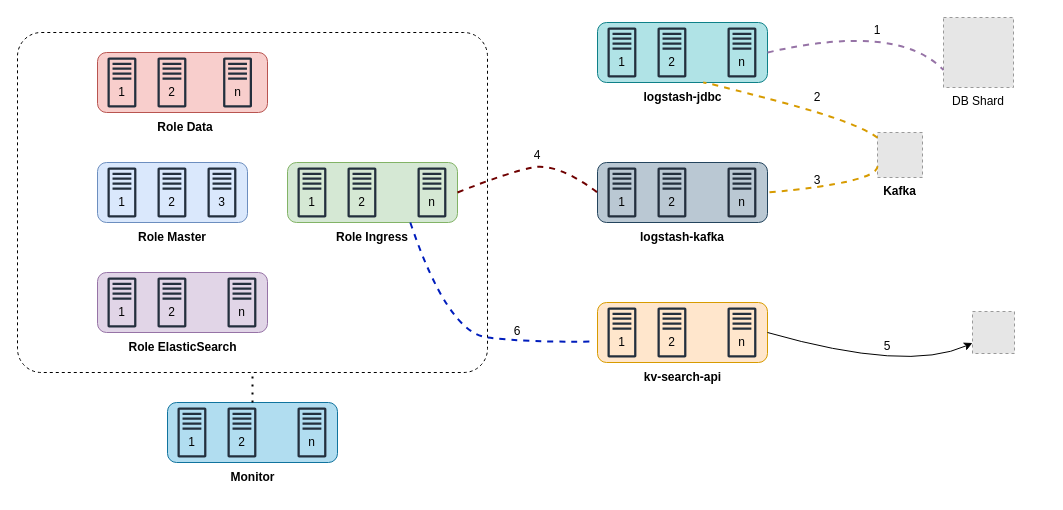
Above: page "Infrastructure" (1 of 2) of KiotViet-Search.drawio in khinhvuphiduong/diagrams.net (draw.io), before the change. Source tidied: cells renumbered, new cells numbered last; positions are measured from the earlier drawing's top-left corner, leaving out a move shared by most shapes. Both pictures are drawn from the tidied source at 100%, with x=0, y=0 at pixel (17, 17). Pictures stored in the file or linked from it are replaced by grey dashed boxes.
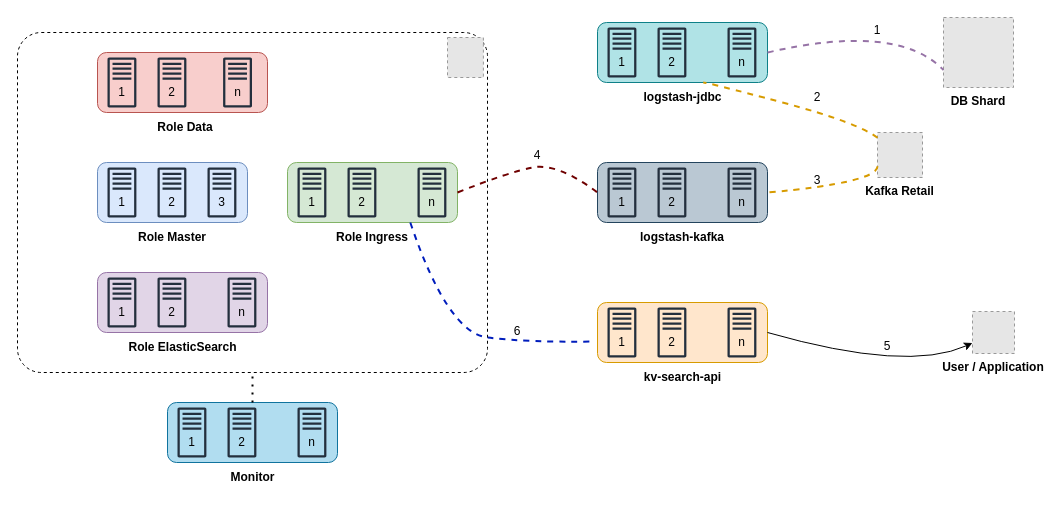
After the change.

Diff of the diagram source:
```diff
@@
-    <mxCell id="75" value="Kafka" style="fillColor=#E6E6E6;strokeColor=#999999;dashed=1;verticalLabelPosition=bottom;labelBackgroundColor=default;verticalAlign=top;fontStyle=1;" parent="1" vertex="1">
+    <mxCell id="75" value="Kafka Retail" style="fillColor=#E6E6E6;strokeColor=#999999;dashed=1;verticalLabelPosition=bottom;labelBackgroundColor=default;verticalAlign=top;fontStyle=1;" parent="1" vertex="1">
       <mxGeometry x="860" y="115" width="45" height="45" as="geometry" />
     </mxCell>
-    <mxCell id="76" value="DB Shard" style="fillColor=#E6E6E6;strokeColor=#999999;dashed=1;verticalLabelPosition=bottom;labelBackgroundColor=default;verticalAlign=top;" parent="1" vertex="1">
+    <mxCell id="76" value="DB Shard" style="fillColor=#E6E6E6;strokeColor=#999999;dashed=1;verticalLabelPosition=bottom;labelBackgroundColor=default;verticalAlign=top;fontStyle=1;" parent="1" vertex="1">
       <mxGeometry x="926" width="70" height="70" as="geometry" />
     </mxCell>
@@
-    <mxCell id="78" style="fillColor=#E6E6E6;strokeColor=#999999;dashed=1;verticalLabelPosition=bottom;labelBackgroundColor=default;verticalAlign=top;" parent="1" vertex="1">
+    <mxCell id="78" value="User / Application" style="fillColor=#E6E6E6;strokeColor=#999999;dashed=1;verticalLabelPosition=bottom;labelBackgroundColor=default;verticalAlign=top;fontStyle=1;" parent="1" vertex="1">
       <mxGeometry x="955" y="294" width="42" height="42" as="geometry" />
     </mxCell>
@@
+    <mxCell id="91" style="fillColor=#E6E6E6;strokeColor=#999999;dashed=1;verticalLabelPosition=bottom;labelBackgroundColor=default;verticalAlign=top;" parent="1" vertex="1">
+      <mxGeometry x="430" y="20" width="35.9" height="40" as="geometry" />
+    </mxCell>
```
